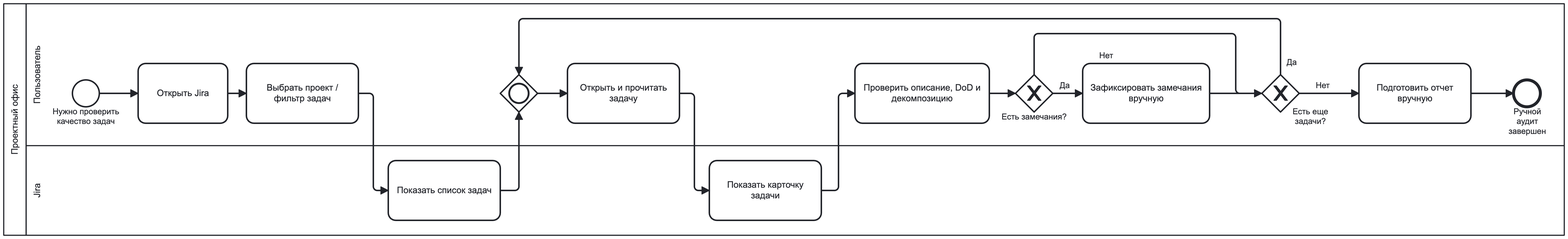
vladuslavivanov/jira_analyzer keeps this BPMN diagram as docs/resources/BPMN/AS_IS.png. Above is the earlier version. Its source is kept beside it as docs/resources/BPMN/AS_IS.bpmn. Ids are renumbered.
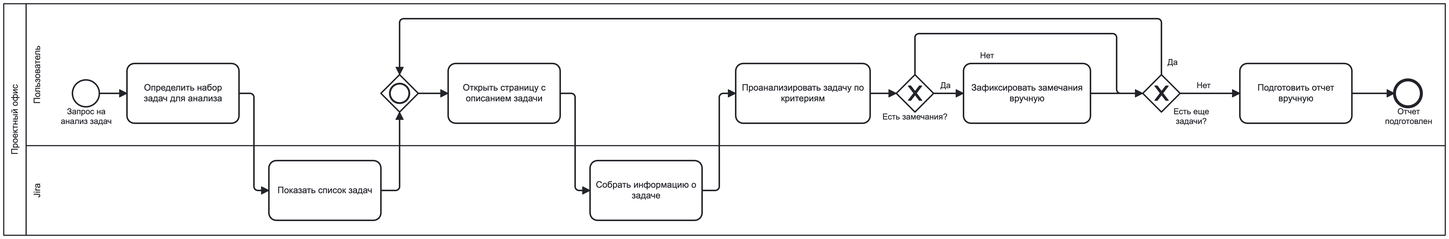
Later version of the same file.

The edit, as a diff of the source:
```diff
@@ -6,7 +6,6 @@
     <bpmn:laneSet id="LaneSet_1">
       <bpmn:lane id="Lane_n3" name="Пользователь">
         <bpmn:flowNodeRef>StartEvent_1</bpmn:flowNodeRef>
-        <bpmn:flowNodeRef>Task_OpenJira</bpmn:flowNodeRef>
         <bpmn:flowNodeRef>Task_SetFilter</bpmn:flowNodeRef>
         <bpmn:flowNodeRef>Task_ReadIssue</bpmn:flowNodeRef>
         <bpmn:flowNodeRef>Task_CheckQuality</bpmn:flowNodeRef>
@@ -22,8 +21,7 @@
         <bpmn:flowNodeRef>Task_ShowIssueCard</bpmn:flowNodeRef>
       </bpmn:lane>
     </bpmn:laneSet>
-    <bpmn:sequenceFlow id="Flow_1" sourceRef="StartEvent_1" targetRef="Task_OpenJira" />
-    <bpmn:sequenceFlow id="Flow_2" sourceRef="Task_OpenJira" targetRef="Task_SetFilter" />
+    <bpmn:sequenceFlow id="Flow_1" sourceRef="StartEvent_1" targetRef="Task_SetFilter" />
     <bpmn:sequenceFlow id="Flow_3" sourceRef="Task_SetFilter" targetRef="Task_ShowIssueList" />
     <bpmn:sequenceFlow id="Flow_4" sourceRef="Task_ShowIssueList" targetRef="Gateway_n4" />
     <bpmn:sequenceFlow id="Flow_11" name="Да" sourceRef="Gateway_MoreIssues" targetRef="Gateway_n4" />
@@ -36,22 +34,18 @@
     <bpmn:sequenceFlow id="Flow_7" sourceRef="Task_CheckQuality" targetRef="Gateway_HasProblems" />
     <bpmn:sequenceFlow id="Flow_8_Yes" name="Да" sourceRef="Gateway_HasProblems" targetRef="Task_WriteComments" />
     <bpmn:sequenceFlow id="Flow_9" sourceRef="Task_WriteComments" targetRef="Gateway_MoreIssues" />
-    <bpmn:startEvent id="StartEvent_1" name="Нужно проверить качество задач">
+    <bpmn:startEvent id="StartEvent_1" name="Запрос на анализ задач">
       <bpmn:outgoing>Flow_1</bpmn:outgoing>
     </bpmn:startEvent>
-    <bpmn:task id="Task_OpenJira" name="Открыть Jira">
+    <bpmn:task id="Task_SetFilter" name="Определить набор задач для анализа">
       <bpmn:incoming>Flow_1</bpmn:incoming>
-      <bpmn:outgoing>Flow_2</bpmn:outgoing>
-    </bpmn:task>
-    <bpmn:task id="Task_SetFilter" name="Выбрать проект / фильтр задач">
-      <bpmn:incoming>Flow_2</bpmn:incoming>
       <bpmn:outgoing>Flow_3</bpmn:outgoing>
     </bpmn:task>
-    <bpmn:task id="Task_ReadIssue" name="Открыть и прочитать задачу">
+    <bpmn:task id="Task_ReadIssue" name="Открыть страницу с описанием задачи">
       <bpmn:incoming>Flow_n6</bpmn:incoming>
       <bpmn:outgoing>Flow_5</bpmn:outgoing>
     </bpmn:task>
-    <bpmn:task id="Task_CheckQuality" name="Проверить описание, DoD и декомпозицию">
+    <bpmn:task id="Task_CheckQuality" name="Проанализировать задачу по критериям">
       <bpmn:incoming>Flow_6</bpmn:incoming>
       <bpmn:outgoing>Flow_7</bpmn:outgoing>
     </bpmn:task>
@@ -64,7 +58,7 @@
       <bpmn:incoming>Flow_3</bpmn:incoming>
       <bpmn:outgoing>Flow_4</bpmn:outgoing>
     </bpmn:task>
-    <bpmn:task id="Task_ShowIssueCard" name="Показать карточку задачи">
+    <bpmn:task id="Task_ShowIssueCard" name="Собрать информацию о задаче">
       <bpmn:incoming>Flow_5</bpmn:incoming>
       <bpmn:outgoing>Flow_6</bpmn:outgoing>
     </bpmn:task>
@@ -82,7 +76,7 @@
       <bpmn:incoming>Flow_12</bpmn:incoming>
       <bpmn:outgoing>Flow_13</bpmn:outgoing>
     </bpmn:task>
-    <bpmn:endEvent id="EndEvent_1" name="Ручной аудит завершен">
+    <bpmn:endEvent id="EndEvent_1" name="Отчет подготовлен">
       <bpmn:incoming>Flow_13</bpmn:incoming>
     </bpmn:endEvent>
     <bpmn:inclusiveGateway id="Gateway_n4">
@@ -94,148 +88,145 @@
   <bpmndi:BPMNDiagram id="BPMNDiagram_1">
     <bpmndi:BPMNPlane id="BPMNPlane_1" bpmnElement="Collaboration_n1">
       <bpmndi:BPMNShape id="Participant_n2_di" bpmnElement="Participant_n2" isHorizontal="true">
-        <dc:Bounds x="160" y="80" width="2090" height="310" />
+        <dc:Bounds x="160" y="80" width="1930" height="310" />
+        <bpmndi:BPMNLabel />
+      </bpmndi:BPMNShape>
+      <bpmndi:BPMNShape id="Lane_n5_di" bpmnElement="Lane_n5" isHorizontal="true">
+        <dc:Bounds x="190" y="270" width="1900" height="120" />
         <bpmndi:BPMNLabel />
       </bpmndi:BPMNShape>
       <bpmndi:BPMNShape id="Lane_n3_di" bpmnElement="Lane_n3" isHorizontal="true">
-        <dc:Bounds x="190" y="80" width="2060" height="190" />
-        <bpmndi:BPMNLabel />
-      </bpmndi:BPMNShape>
-      <bpmndi:BPMNShape id="Lane_n5_di" bpmnElement="Lane_n5" isHorizontal="true">
-        <dc:Bounds x="190" y="270" width="2060" height="120" />
+        <dc:Bounds x="190" y="80" width="1900" height="190" />
         <bpmndi:BPMNLabel />
       </bpmndi:BPMNShape>
       <bpmndi:BPMNShape id="StartEvent_1_di" bpmnElement="StartEvent_1">
         <dc:Bounds x="252" y="182" width="36" height="36" />
         <bpmndi:BPMNLabel>
-          <dc:Bounds x="225" y="218" width="90" height="27" />
+          <dc:Bounds x="236" y="218" width="69" height="27" />
         </bpmndi:BPMNLabel>
       </bpmndi:BPMNShape>
-      <bpmndi:BPMNShape id="Task_OpenJira_di" bpmnElement="Task_OpenJira">
-        <dc:Bounds x="340" y="160" width="120" height="80" />
-      </bpmndi:BPMNShape>
       <bpmndi:BPMNShape id="Task_SetFilter_di" bpmnElement="Task_SetFilter">
-        <dc:Bounds x="485" y="160" width="150" height="80" />
+        <dc:Bounds x="325" y="160" width="150" height="80" />
+        <bpmndi:BPMNLabel />
       </bpmndi:BPMNShape>
       <bpmndi:BPMNShape id="Task_ReadIssue_di" bpmnElement="Task_ReadIssue">
-        <dc:Bounds x="915" y="160" width="150" height="80" />
+        <dc:Bounds x="755" y="160" width="150" height="80" />
+        <bpmndi:BPMNLabel />
       </bpmndi:BPMNShape>
       <bpmndi:BPMNShape id="Task_CheckQuality_di" bpmnElement="Task_CheckQuality">
-        <dc:Bounds x="1300" y="160" width="180" height="80" />
+        <dc:Bounds x="1140" y="160" width="180" height="80" />
+        <bpmndi:BPMNLabel />
       </bpmndi:BPMNShape>
       <bpmndi:BPMNShape id="Gateway_HasProblems_di" bpmnElement="Gateway_HasProblems" isMarkerVisible="true">
-        <dc:Bounds x="1515" y="175" width="50" height="50" />
+        <dc:Bounds x="1355" y="175" width="50" height="50" />
         <bpmndi:BPMNLabel>
-          <dc:Bounds x="1496" y="225" width="88" height="14" />
+          <dc:Bounds x="1336" y="225" width="88" height="14" />
         </bpmndi:BPMNLabel>
       </bpmndi:BPMNShape>
       <bpmndi:BPMNShape id="Task_ShowIssueList_di" bpmnElement="Task_ShowIssueList">
-        <dc:Bounds x="675" y="290" width="150" height="80" />
+        <dc:Bounds x="515" y="290" width="150" height="80" />
       </bpmndi:BPMNShape>
       <bpmndi:BPMNShape id="Task_ShowIssueCard_di" bpmnElement="Task_ShowIssueCard">
-        <dc:Bounds x="1105" y="290" width="150" height="80" />
+        <dc:Bounds x="945" y="290" width="150" height="80" />
+        <bpmndi:BPMNLabel />
       </bpmndi:BPMNShape>
       <bpmndi:BPMNShape id="Task_WriteComments_di" bpmnElement="Task_WriteComments">
-        <dc:Bounds x="1605" y="160" width="170" height="80" />
+        <dc:Bounds x="1445" y="160" width="170" height="80" />
         <bpmndi:BPMNLabel />
       </bpmndi:BPMNShape>
       <bpmndi:BPMNShape id="Gateway_MoreIssues_di" bpmnElement="Gateway_MoreIssues" isMarkerVisible="true">
-        <dc:Bounds x="1845" y="175" width="50" height="50" />
+        <dc:Bounds x="1685" y="175" width="50" height="50" />
         <bpmndi:BPMNLabel>
-          <dc:Bounds x="1886" y="218" width="48" height="27" />
+          <dc:Bounds x="1726" y="218" width="48" height="27" />
         </bpmndi:BPMNLabel>
       </bpmndi:BPMNShape>
       <bpmndi:BPMNShape id="Task_PrepareReport_di" bpmnElement="Task_PrepareReport">
-        <dc:Bounds x="1975" y="160" width="150" height="80" />
+        <dc:Bounds x="1815" y="160" width="150" height="80" />
       </bpmndi:BPMNShape>
       <bpmndi:BPMNShape id="EndEvent_1_di" bpmnElement="EndEvent_1">
-        <dc:Bounds x="2182" y="182" width="36" height="36" />
+        <dc:Bounds x="2022" y="182" width="36" height="36" />
         <bpmndi:BPMNLabel>
-          <dc:Bounds x="2166" y="218" width="69" height="40" />
+          <dc:Bounds x="2009" y="218" width="64" height="27" />
         </bpmndi:BPMNLabel>
       </bpmndi:BPMNShape>
       <bpmndi:BPMNShape id="Gateway_1n3pvmi_di" bpmnElement="Gateway_n4">
-        <dc:Bounds x="825" y="175" width="50" height="50" />
+        <dc:Bounds x="665" y="175" width="50" height="50" />
       </bpmndi:BPMNShape>
       <bpmndi:BPMNEdge id="Flow_1_di" bpmnElement="Flow_1">
         <di:waypoint x="288" y="200" />
-        <di:waypoint x="340" y="200" />
-      </bpmndi:BPMNEdge>
-      <bpmndi:BPMNEdge id="Flow_2_di" bpmnElement="Flow_2">
-        <di:waypoint x="460" y="200" />
-        <di:waypoint x="485" y="200" />
+        <di:waypoint x="325" y="200" />
       </bpmndi:BPMNEdge>
       <bpmndi:BPMNEdge id="Flow_3_di" bpmnElement="Flow_3">
-        <di:waypoint x="635" y="200" />
-        <di:waypoint x="655" y="200" />
-        <di:waypoint x="655" y="330" />
-        <di:waypoint x="675" y="330" />
+        <di:waypoint x="475" y="200" />
+        <di:waypoint x="495" y="200" />
+        <di:waypoint x="495" y="330" />
+        <di:waypoint x="515" y="330" />
       </bpmndi:BPMNEdge>
       <bpmndi:BPMNEdge id="Flow_4_di" bpmnElement="Flow_4">
-        <di:waypoint x="825" y="330" />
-        <di:waypoint x="850" y="330" />
-        <di:waypoint x="850" y="225" />
+        <di:waypoint x="665" y="330" />
+        <di:waypoint x="690" y="330" />
+        <di:waypoint x="690" y="225" />
       </bpmndi:BPMNEdge>
       <bpmndi:BPMNEdge id="Flow_11_di" bpmnElement="Flow_11">
-        <di:waypoint x="1870" y="175" />
-        <di:waypoint x="1870" y="100" />
-        <di:waypoint x="850" y="100" />
-        <di:waypoint x="850" y="175" />
+        <di:waypoint x="1710" y="175" />
+        <di:waypoint x="1710" y="100" />
+        <di:waypoint x="690" y="100" />
+        <di:waypoint x="690" y="175" />
         <bpmndi:BPMNLabel>
-          <dc:Bounds x="1878" y="152" width="14" height="14" />
+          <dc:Bounds x="1718" y="152" width="14" height="14" />
         </bpmndi:BPMNLabel>
       </bpmndi:BPMNEdge>
       <bpmndi:BPMNEdge id="Flow_n6_di" bpmnElement="Flow_n6">
-        <di:waypoint x="875" y="200" />
-        <di:waypoint x="915" y="200" />
+        <di:waypoint x="715" y="200" />
+        <di:waypoint x="755" y="200" />
       </bpmndi:BPMNEdge>
       <bpmndi:BPMNEdge id="Flow_5_di" bpmnElement="Flow_5">
-        <di:waypoint x="1065" y="200" />
-        <di:waypoint x="1085" y="200" />
-        <di:waypoint x="1085" y="330" />
-        <di:waypoint x="1105" y="330" />
+        <di:waypoint x="905" y="200" />
+        <di:waypoint x="925" y="200" />
+        <di:waypoint x="925" y="330" />
+        <di:waypoint x="945" y="330" />
       </bpmndi:BPMNEdge>
       <bpmndi:BPMNEdge id="Flow_8_No_di" bpmnElement="Flow_8_No">
-        <di:waypoint x="1540" y="175" />
-        <di:waypoint x="1540" y="120" />
-        <di:waypoint x="1810" y="120" />
-        <di:waypoint x="1810" y="200" />
-        <di:waypoint x="1845" y="200" />
+        <di:waypoint x="1380" y="175" />
+        <di:waypoint x="1380" y="120" />
+        <di:waypoint x="1650" y="120" />
+        <di:waypoint x="1650" y="200" />
+        <di:waypoint x="1685" y="200" />
         <bpmndi:BPMNLabel>
-          <dc:Bounds x="1627" y="143" width="19" height="14" />
+          <dc:Bounds x="1467" y="143" width="19" height="14" />
         </bpmndi:BPMNLabel>
       </bpmndi:BPMNEdge>
       <bpmndi:BPMNEdge id="Flow_12_di" bpmnElement="Flow_12">
-        <di:waypoint x="1895" y="200" />
-        <di:waypoint x="1975" y="200" />
+        <di:waypoint x="1735" y="200" />
+        <di:waypoint x="1815" y="200" />
         <bpmndi:BPMNLabel>
-          <dc:Bounds x="1917" y="183" width="19" height="14" />
+          <dc:Bounds x="1757" y="183" width="19" height="14" />
         </bpmndi:BPMNLabel>
       </bpmndi:BPMNEdge>
       <bpmndi:BPMNEdge id="Flow_13_di" bpmnElement="Flow_13">
-        <di:waypoint x="2125" y="200" />
-        <di:waypoint x="2182" y="200" />
+        <di:waypoint x="1965" y="200" />
+        <di:waypoint x="2022" y="200" />
       </bpmndi:BPMNEdge>
       <bpmndi:BPMNEdge id="Flow_6_di" bpmnElement="Flow_6">
-        <di:waypoint x="1255" y="330" />
-        <di:waypoint x="1278" y="330" />
-        <di:waypoint x="1278" y="200" />
-        <di:waypoint x="1300" y="200" />
+        <di:waypoint x="1095" y="330" />
+        <di:waypoint x="1118" y="330" />
+        <di:waypoint x="1118" y="200" />
+        <di:waypoint x="1140" y="200" />
       </bpmndi:BPMNEdge>
       <bpmndi:BPMNEdge id="Flow_7_di" bpmnElement="Flow_7">
-        <di:waypoint x="1480" y="200" />
-        <di:waypoint x="1515" y="200" />
+        <di:waypoint x="1320" y="200" />
+        <di:waypoint x="1355" y="200" />
       </bpmndi:BPMNEdge>
       <bpmndi:BPMNEdge id="Flow_8_Yes_di" bpmnElement="Flow_8_Yes">
-        <di:waypoint x="1565" y="200" />
-        <di:waypoint x="1605" y="200" />
+        <di:waypoint x="1405" y="200" />
+        <di:waypoint x="1445" y="200" />
         <bpmndi:BPMNLabel>
-          <dc:Bounds x="1574" y="183" width="14" height="14" />
+          <dc:Bounds x="1414" y="183" width="14" height="14" />
         </bpmndi:BPMNLabel>
       </bpmndi:BPMNEdge>
       <bpmndi:BPMNEdge id="Flow_9_di" bpmnElement="Flow_9">
-        <di:waypoint x="1775" y="200" />
-        <di:waypoint x="1845" y="200" />
+        <di:waypoint x="1615" y="200" />
+        <di:waypoint x="1685" y="200" />
       </bpmndi:BPMNEdge>
     </bpmndi:BPMNPlane>
   </bpmndi:BPMNDiagram>
```
